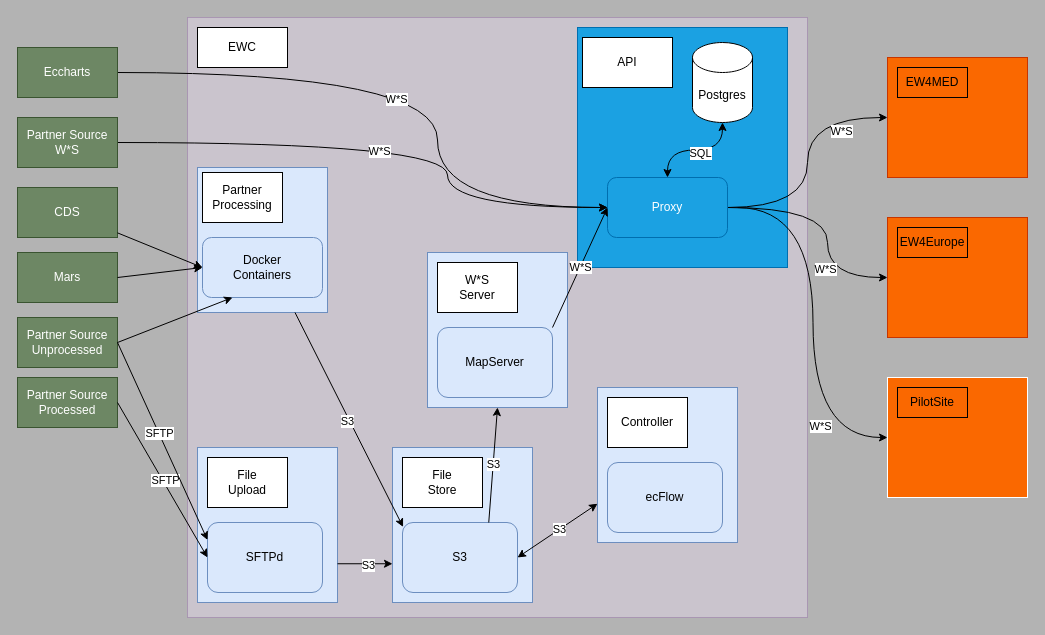
This is gobeyond-api-tech.drawio from ec-snee/draw-io, a draw.io file, before an edit. Source tidied: cells renumbered, new cells numbered last; positions are measured from the earlier drawing's top-left corner, leaving out a move shared by most shapes. Both pictures are drawn from the tidied source at 100%, with x=0, y=0 at pixel (17, 17).
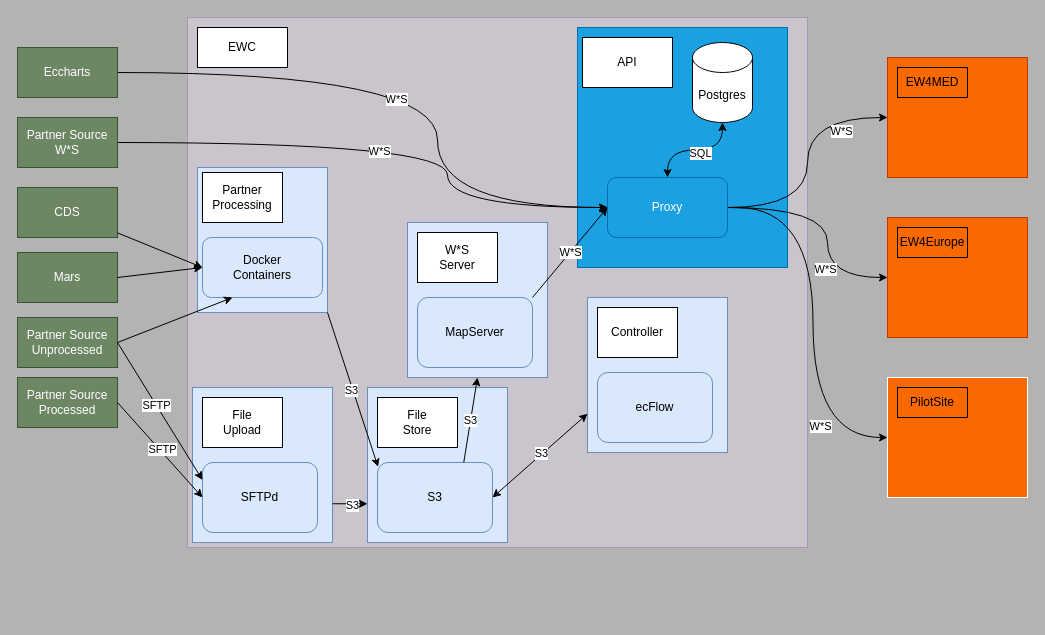
The same diagram, later.

Commit message:
reduced height

Unchanged cells that the change refers to:
```xml
<mxCell id="23" style="rounded=0;whiteSpace=wrap;html=1;fillColor=#dae8fc;strokeColor=#6c8ebf;" parent="1" vertex="1">
  <mxGeometry x="180" y="150" width="130" height="145" as="geometry" />
</mxCell>
```

Change to the diagram source:
```diff
@@
     <mxCell id="2" style="rounded=0;whiteSpace=wrap;html=1;fillColor=#e1d5e7;strokeColor=#9673a6;opacity=50;" parent="1" vertex="1">
-      <mxGeometry x="170" width="620" height="600" as="geometry" />
+      <mxGeometry x="170" width="620" height="530" as="geometry" />
     </mxCell>
@@
     <mxCell id="21" style="rounded=0;whiteSpace=wrap;html=1;fillColor=#dae8fc;strokeColor=#6c8ebf;" parent="1" vertex="1">
-      <mxGeometry x="375" y="430" width="140" height="155" as="geometry" />
+      <mxGeometry x="350" y="370" width="140" height="155" as="geometry" />
     </mxCell>
     <mxCell id="22" value="File&lt;br&gt;Store" style="rounded=0;whiteSpace=wrap;html=1;" parent="1" vertex="1">
-      <mxGeometry x="385" y="440" width="80" height="50" as="geometry" />
+      <mxGeometry x="360" y="380" width="80" height="50" as="geometry" />
     </mxCell>
@@
     <mxCell id="24" value="S3" style="rounded=1;whiteSpace=wrap;html=1;fillColor=#dae8fc;strokeColor=#6c8ebf;" parent="1" vertex="1">
-      <mxGeometry x="385" y="505" width="115" height="70" as="geometry" />
+      <mxGeometry x="360" y="445" width="115" height="70" as="geometry" />
     </mxCell>
@@
     <mxCell id="38" style="rounded=0;whiteSpace=wrap;html=1;fillColor=#dae8fc;strokeColor=#6c8ebf;" parent="1" vertex="1">
-      <mxGeometry x="580" y="370" width="140" height="155" as="geometry" />
+      <mxGeometry x="570" y="280" width="140" height="155" as="geometry" />
     </mxCell>
     <mxCell id="39" value="Controller" style="rounded=0;whiteSpace=wrap;html=1;" parent="1" vertex="1">
-      <mxGeometry x="590" y="380" width="80" height="50" as="geometry" />
+      <mxGeometry x="580" y="290" width="80" height="50" as="geometry" />
     </mxCell>
     <mxCell id="40" value="&lt;div&gt;ecFlow&lt;/div&gt;" style="rounded=1;whiteSpace=wrap;html=1;fillColor=#dae8fc;strokeColor=#6c8ebf;" parent="1" vertex="1">
-      <mxGeometry x="590" y="445" width="115" height="70" as="geometry" />
+      <mxGeometry x="580" y="355" width="115" height="70" as="geometry" />
     </mxCell>
     <mxCell id="41" style="rounded=0;whiteSpace=wrap;html=1;fillColor=#dae8fc;strokeColor=#6c8ebf;" parent="1" vertex="1">
-      <mxGeometry x="180" y="430" width="140" height="155" as="geometry" />
+      <mxGeometry x="175" y="370" width="140" height="155" as="geometry" />
     </mxCell>
     <mxCell id="42" value="&lt;div&gt;File&lt;/div&gt;Upload" style="rounded=0;whiteSpace=wrap;html=1;" parent="1" vertex="1">
-      <mxGeometry x="190" y="440" width="80" height="50" as="geometry" />
+      <mxGeometry x="185" y="380" width="80" height="50" as="geometry" />
     </mxCell>
     <mxCell id="43" value="SFTPd" style="rounded=1;whiteSpace=wrap;html=1;fillColor=#dae8fc;strokeColor=#6c8ebf;" parent="1" vertex="1">
-      <mxGeometry x="190" y="505" width="115" height="70" as="geometry" />
+      <mxGeometry x="185" y="445" width="115" height="70" as="geometry" />
     </mxCell>
     <mxCell id="44" style="rounded=0;whiteSpace=wrap;html=1;fillColor=#dae8fc;strokeColor=#6c8ebf;" parent="1" vertex="1">
-      <mxGeometry x="410" y="235" width="140" height="155" as="geometry" />
+      <mxGeometry x="390" y="205" width="140" height="155" as="geometry" />
     </mxCell>
     <mxCell id="45" value="W*S&lt;div&gt;&lt;/div&gt;&lt;div&gt;Server&lt;/div&gt;" style="rounded=0;whiteSpace=wrap;html=1;" parent="1" vertex="1">
-      <mxGeometry x="420" y="245" width="80" height="50" as="geometry" />
+      <mxGeometry x="400" y="215" width="80" height="50" as="geometry" />
     </mxCell>
     <mxCell id="46" value="MapServer" style="rounded=1;whiteSpace=wrap;html=1;fillColor=#dae8fc;strokeColor=#6c8ebf;" parent="1" vertex="1">
-      <mxGeometry x="420" y="310" width="115" height="70" as="geometry" />
+      <mxGeometry x="400" y="280" width="115" height="70" as="geometry" />
     </mxCell>
@@
-    <mxCell id="55" style="endArrow=classic;startArrow=none;html=1;rounded=0;exitX=0.75;exitY=1;exitDx=0;exitDy=0;entryX=0.005;entryY=0.063;entryDx=0;entryDy=0;entryPerimeter=0;startFill=0;" parent="1" edge="1" source="23" target="24">
+    <mxCell id="55" style="endArrow=classic;startArrow=none;html=1;rounded=0;exitX=1;exitY=1;exitDx=0;exitDy=0;entryX=0.005;entryY=0.063;entryDx=0;entryDy=0;entryPerimeter=0;startFill=0;" parent="1" edge="1" source="23" target="24">
       <mxGeometry relative="1" as="geometry" />
     </mxCell>
```
